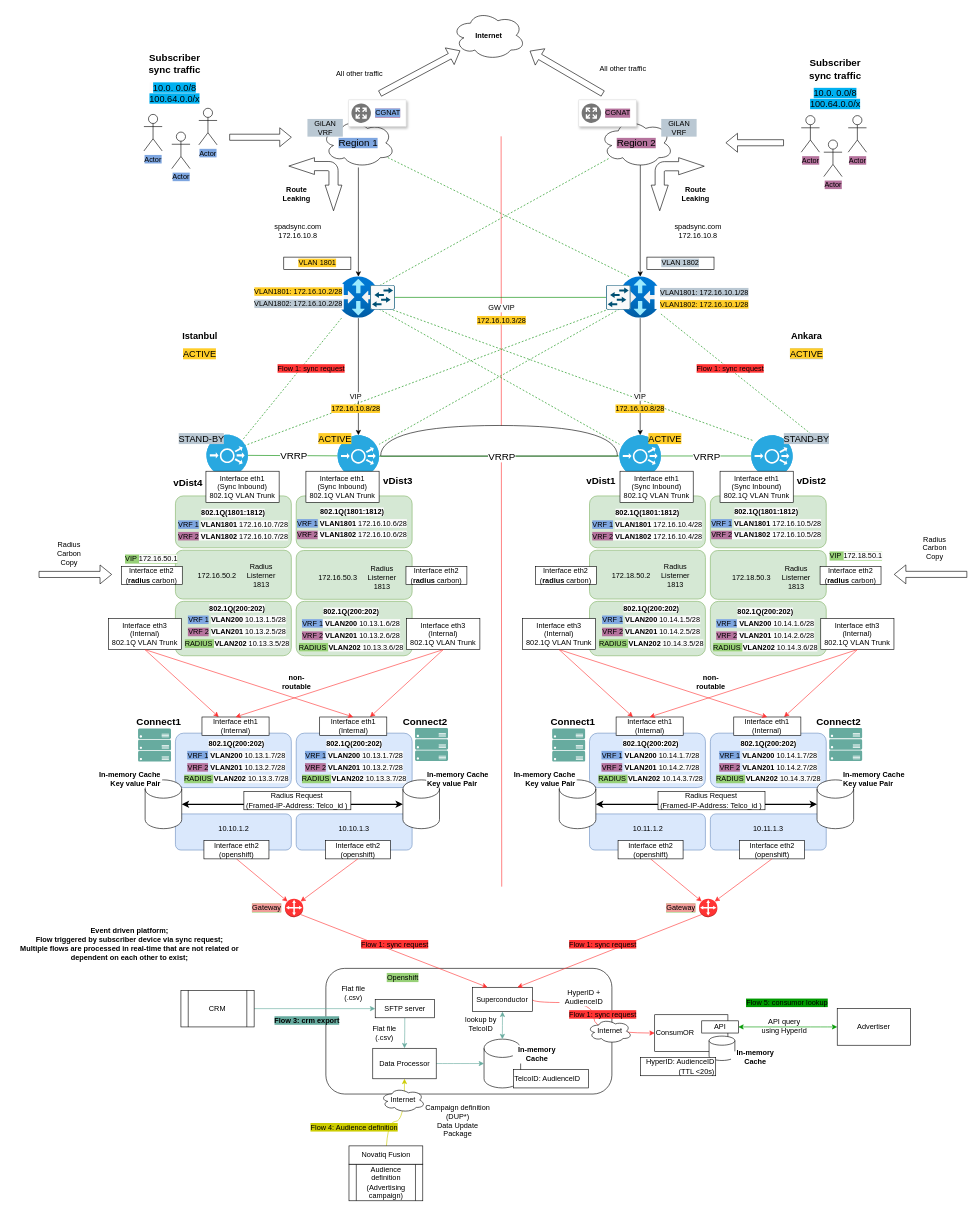
The draw.io diagram Deployment infra proposal v2.drawio in TCGERPOLAT/deployment-infra-proposal, before the edit. Source tidied: cells renumbered, new cells numbered last; positions are measured from the earlier drawing's top-left corner, leaving out a move shared by most shapes. Both pictures are drawn from the tidied source at 61%, with x=0, y=0 at pixel (10, 10).
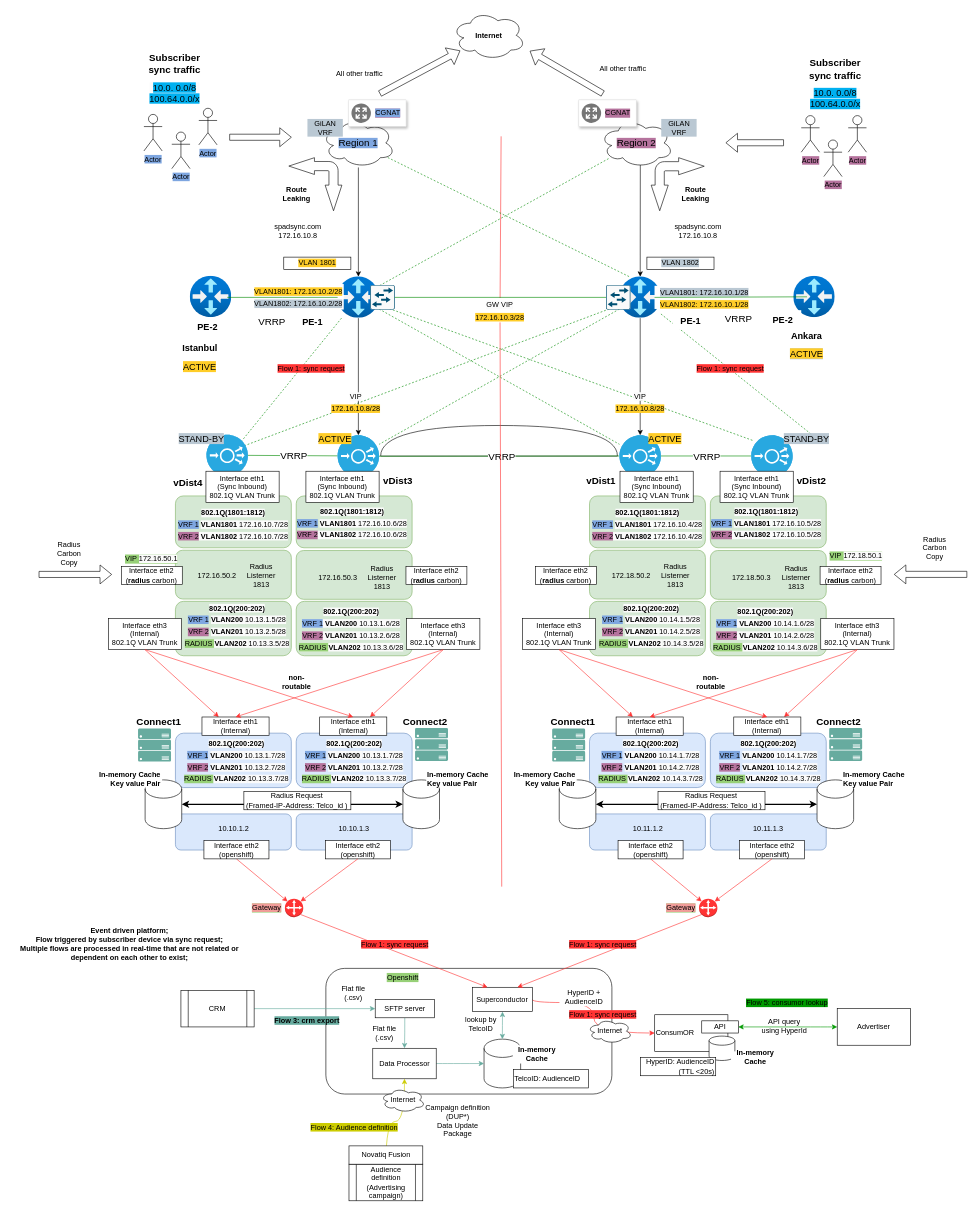
The same page after the edit.

The change refers to these unchanged cells:
```xml
<mxCell id="19" style="html=1;points=[];align=center;image;fontSize=12;image=img/lib/azure2/networking/Virtual_Router.svg;sketch=0;fontColor=#000000;fillColor=#FFCD28;" parent="1" vertex="1">
  <mxGeometry x="536" y="436" width="68" height="68" as="geometry" />
</mxCell>
<mxCell id="36" value="&lt;span style=&quot;color: rgb(0, 0, 0); font-family: Helvetica; font-size: 12px; font-style: normal; font-variant-ligatures: normal; font-variant-caps: normal; font-weight: 400; letter-spacing: normal; orphans: 2; text-indent: 0px; text-transform: none; widows: 2; word-spacing: 0px; -webkit-text-stroke-width: 0px; text-decoration-thickness: initial; text-decoration-style: initial; text-decoration-color: initial; float: none; display: inline !important;&quot;&gt;&lt;span style=&quot;background-color: rgb(186, 200, 211);&quot;&gt;VLAN1801: 172.16.10.1/28&lt;/span&gt;&lt;br&gt;&lt;span style=&quot;background-color: rgb(255, 205, 40);&quot;&gt;VLAN1802: 172.16.10.1/28&lt;/span&gt;&lt;br&gt;&lt;/span&gt;" style="text;whiteSpace=wrap;html=1;fontSize=16;fontColor=#000000;align=center;verticalAlign=middle;fillColor=default;" parent="1" vertex="1">
  <mxGeometry x="1055.5" y="451" width="163" height="38" as="geometry" />
</mxCell>
```

What changed in the source:
```diff
@@
-    <mxCell id="8" style="endArrow=none;html=1;rounded=0;strokeColor=#FF3333;" parent="1" edge="1">
+    <mxCell id="8" style="endArrow=none;html=1;rounded=0;strokeColor=#FF3333;" parent="1" edge="1" source="42">
       <mxGeometry relative="1" as="geometry">
-        <mxPoint x="805" y="1436" as="sourcePoint" />
         <mxPoint x="804" y="206" as="targetPoint" />
       </mxGeometry>
     </mxCell>
@@
-    <mxCell id="42" value="&lt;span style=&quot;color: rgb(0, 0, 0); font-family: Helvetica; font-size: 12px; font-style: normal; font-variant-ligatures: normal; font-variant-caps: normal; font-weight: 400; letter-spacing: normal; orphans: 2; text-indent: 0px; text-transform: none; widows: 2; word-spacing: 0px; -webkit-text-stroke-width: 0px; text-decoration-thickness: initial; text-decoration-style: initial; text-decoration-color: initial; float: none; display: inline !important;&quot;&gt;&lt;span style=&quot;background-color: rgb(251, 251, 251);&quot;&gt;GW VIP&lt;/span&gt;&lt;br&gt;&lt;span style=&quot;background-color: rgb(255, 205, 40);&quot;&gt;172.16.10.3/28&lt;/span&gt;&lt;/span&gt;" style="text;whiteSpace=wrap;html=1;fontSize=16;fontColor=#000000;align=center;verticalAlign=middle;" parent="1" vertex="1">
-      <mxGeometry x="759.6" y="476" width="90" height="40" as="geometry" />
-    </mxCell>
@@
     <mxCell id="47" value="ACTIVE" style="text;html=1;strokeColor=none;fillColor=none;align=center;verticalAlign=middle;whiteSpace=wrap;rounded=0;labelBackgroundColor=#FFCD28;sketch=0;fontSize=15;fontColor=#000000;" parent="1" vertex="1">
-      <mxGeometry x="280.3" y="546.8" width="60" height="30" as="geometry" />
+      <mxGeometry x="280.3" y="567.8" width="60" height="30" as="geometry" />
     </mxCell>
@@
     <mxCell id="51" value="Istanbul" style="text;html=1;strokeColor=none;fillColor=default;align=center;verticalAlign=middle;whiteSpace=wrap;rounded=0;labelBackgroundColor=none;sketch=0;fontSize=15;fontColor=#000000;fontStyle=1;" parent="1" vertex="1">
-      <mxGeometry x="278.1" y="518.5" width="64.5" height="26.5" as="geometry" />
+      <mxGeometry x="278.1" y="539.5" width="64.5" height="26.5" as="geometry" />
     </mxCell>
@@
+    <mxCell id="238" style="html=1;align=center;image;fontSize=12;image=img/lib/azure2/networking/Virtual_Router.svg;sketch=0;fontColor=#000000;fillColor=#FFCD28;" parent="1" vertex="1">
+      <mxGeometry x="294.1" y="435" width="68" height="68" as="geometry" />
+    </mxCell>
+    <mxCell id="239" style="edgeStyle=orthogonalEdgeStyle;rounded=0;jettySize=auto;html=1;strokeColor=#008A00;fontSize=16;fontColor=#000000;endArrow=none;endFill=0;" parent="1" edge="1" source="19">
+      <mxGeometry relative="1" as="geometry">
+        <mxPoint x="355" y="470" as="targetPoint" />
+      </mxGeometry>
+    </mxCell>
+    <mxCell id="240" style="html=1;align=center;image;fontSize=12;image=img/lib/azure2/networking/Virtual_Router.svg;sketch=0;fontColor=#000000;fillColor=#FFCD28;" parent="1" vertex="1">
+      <mxGeometry x="1283.4" y="435" width="68" height="68" as="geometry" />
+    </mxCell>
+    <mxCell id="241" style="rounded=0;jettySize=auto;html=1;strokeColor=#008A00;fontSize=16;fontColor=#000000;endArrow=none;endFill=0;entryX=0;entryY=0.5;entryDx=0;entryDy=0;" parent="1" edge="1" target="36">
+      <mxGeometry relative="1" as="geometry">
+        <mxPoint x="1305.4" y="469.1" as="sourcePoint" />
+      </mxGeometry>
+    </mxCell>
+    <mxCell id="242" style="endArrow=none;html=1;rounded=0;strokeColor=#FF3333;" parent="1" edge="1" target="42">
+      <mxGeometry relative="1" as="geometry">
+        <mxPoint x="805" y="1436" as="sourcePoint" />
+      </mxGeometry>
+    </mxCell>
+    <mxCell id="42" value="&lt;span style=&quot;color: rgb(0, 0, 0); font-family: Helvetica; font-size: 12px; font-style: normal; font-variant-ligatures: normal; font-variant-caps: normal; font-weight: 400; letter-spacing: normal; orphans: 2; text-indent: 0px; text-transform: none; widows: 2; word-spacing: 0px; -webkit-text-stroke-width: 0px; text-decoration-thickness: initial; text-decoration-style: initial; text-decoration-color: initial; float: none; display: inline !important;&quot;&gt;&lt;span style=&quot;background-color: rgb(251, 251, 251);&quot;&gt;GW VIP&lt;/span&gt;&lt;br&gt;&lt;span style=&quot;background-color: rgb(255, 205, 40);&quot;&gt;172.16.10.3/28&lt;/span&gt;&lt;/span&gt;" style="text;whiteSpace=wrap;html=1;fontSize=16;fontColor=#000000;align=center;verticalAlign=middle;" parent="1" vertex="1">
+      <mxGeometry x="757.2" y="471" width="90" height="40" as="geometry" />
+    </mxCell>
+    <mxCell id="243" value="PE-2" style="text;html=1;strokeColor=none;fillColor=default;align=center;verticalAlign=middle;whiteSpace=wrap;rounded=0;labelBackgroundColor=none;sketch=0;fontSize=15;fontColor=#000000;fontStyle=1;" parent="1" vertex="1">
+      <mxGeometry x="293.4" y="503" width="60" height="30" as="geometry" />
+    </mxCell>
+    <mxCell id="244" value="PE-1" style="text;html=1;strokeColor=none;fillColor=default;align=center;verticalAlign=middle;whiteSpace=wrap;rounded=0;labelBackgroundColor=none;sketch=0;fontSize=15;fontColor=#000000;fontStyle=1;" parent="1" vertex="1">
+      <mxGeometry x="465" y="495" width="60" height="30" as="geometry" />
+    </mxCell>
+    <mxCell id="245" value="PE-1" style="text;html=1;strokeColor=none;fillColor=default;align=center;verticalAlign=middle;whiteSpace=wrap;rounded=0;labelBackgroundColor=none;sketch=0;fontSize=15;fontColor=#000000;fontStyle=1;" parent="1" vertex="1">
+      <mxGeometry x="1085.4" y="493.1" width="60" height="30" as="geometry" />
+    </mxCell>
+    <mxCell id="246" value="PE-2" style="text;html=1;strokeColor=none;fillColor=default;align=center;verticalAlign=middle;whiteSpace=wrap;rounded=0;labelBackgroundColor=none;sketch=0;fontSize=15;fontColor=#000000;fontStyle=1;" parent="1" vertex="1">
+      <mxGeometry x="1236" y="491" width="60" height="30" as="geometry" />
+    </mxCell>
+    <mxCell id="247" value="VRRP" style="edgeLabel;html=1;align=center;verticalAlign=middle;fontSize=16;fontColor=#000000;" parent="1" vertex="1">
+      <mxGeometry x="427.7" y="509.1" as="geometry" />
+    </mxCell>
+    <mxCell id="248" value="VRRP" style="edgeLabel;html=1;align=center;verticalAlign=middle;fontSize=16;fontColor=#000000;" parent="1" vertex="1">
+      <mxGeometry x="440.1" y="523.1" as="geometry">
+        <mxPoint x="752" y="-19" as="offset" />
+      </mxGeometry>
+    </mxCell>
```
